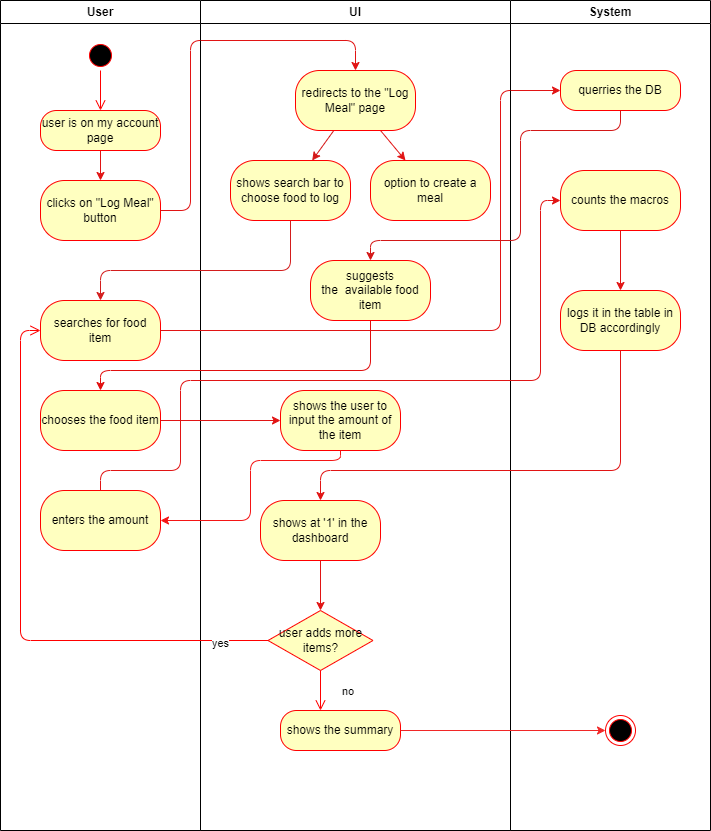
The draw.io diagram Assets/Logmeal.drawio.png in millisom/GluGuide, before a commit. Source tidied: cells renumbered, new cells last; positions are measured from the earlier drawing's top-left corner, leaving out a move shared by most shapes.
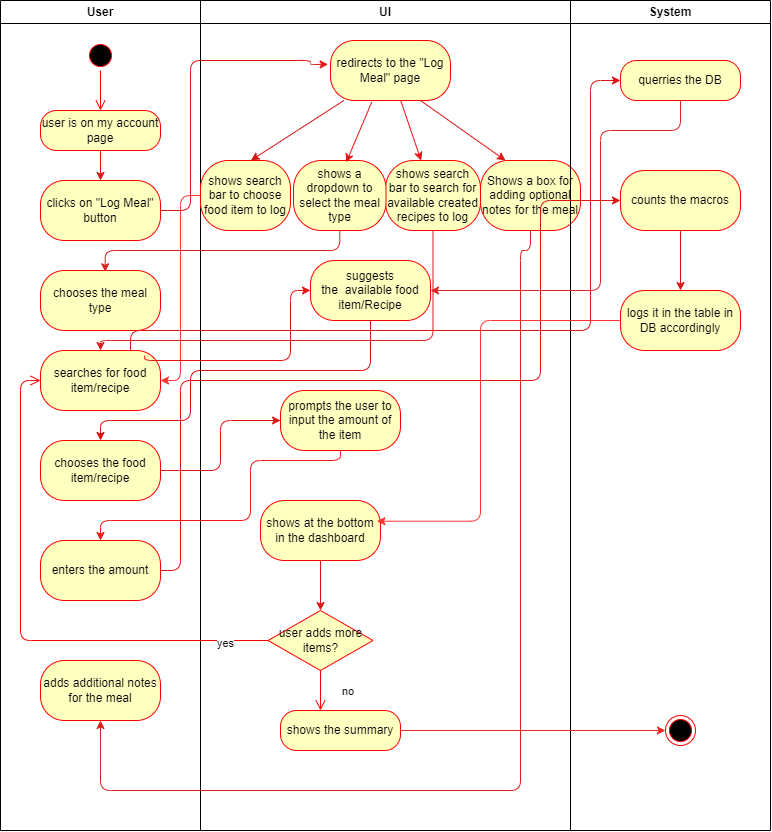
After the change.

Change to the diagram source:
```diff
@@ -20,37 +20,40 @@
     <mxCell id="7" value="clicks on &quot;Log Meal&quot; button" style="whiteSpace=wrap;html=1;fillColor=#ffffc0;strokeColor=#ff0000;fontColor=#000000;rounded=1;arcSize=40;" parent="2" vertex="1">
       <mxGeometry x="40" y="180" width="120" height="60" as="geometry" />
     </mxCell>
-    <mxCell id="8" value="searches for food item" style="whiteSpace=wrap;html=1;fillColor=#ffffc0;strokeColor=#ff0000;fontColor=#000000;rounded=1;arcSize=40;" parent="2" vertex="1">
-      <mxGeometry x="40" y="300" width="120" height="60" as="geometry" />
+    <mxCell id="8" value="searches for food item/recipe" style="whiteSpace=wrap;html=1;fillColor=#ffffc0;strokeColor=#ff0000;fontColor=#000000;rounded=1;arcSize=40;" parent="2" vertex="1">
+      <mxGeometry x="40" y="350" width="120" height="60" as="geometry" />
     </mxCell>
-    <mxCell id="9" value="chooses the food item" style="whiteSpace=wrap;html=1;fillColor=#ffffc0;strokeColor=#ff0000;fontColor=#000000;rounded=1;arcSize=40;" parent="2" vertex="1">
-      <mxGeometry x="40" y="390" width="120" height="60" as="geometry" />
+    <mxCell id="9" value="chooses the food item/recipe" style="whiteSpace=wrap;html=1;fillColor=#ffffc0;strokeColor=#ff0000;fontColor=#000000;rounded=1;arcSize=40;" parent="2" vertex="1">
+      <mxGeometry x="40" y="440" width="120" height="60" as="geometry" />
     </mxCell>
     <mxCell id="10" value="enters the amount" style="whiteSpace=wrap;html=1;fillColor=#ffffc0;strokeColor=#ff0000;fontColor=#000000;rounded=1;arcSize=40;" parent="2" vertex="1">
-      <mxGeometry x="40" y="490" width="120" height="60" as="geometry" />
+      <mxGeometry x="40" y="540" width="120" height="60" as="geometry" />
     </mxCell>
+    <mxCell id="41" value="adds additional notes for the meal" style="whiteSpace=wrap;html=1;fillColor=#ffffc0;strokeColor=#ff0000;fontColor=#000000;rounded=1;arcSize=40;" parent="2" vertex="1">
+      <mxGeometry x="40" y="660" width="120" height="60" as="geometry" />
+    </mxCell>
     <mxCell id="11" value="UI" style="swimlane;whiteSpace=wrap;html=1;" parent="1" vertex="1">
-      <mxGeometry x="200" width="310" height="830" as="geometry" />
+      <mxGeometry x="200" width="370" height="830" as="geometry" />
     </mxCell>
-    <mxCell id="12" style="edgeStyle=none;html=1;strokeColor=light-dark(#d41616, #ededed);" parent="11" edge="1" source="14" target="15">
+    <mxCell id="12" style="edgeStyle=none;html=1;strokeColor=light-dark(#d41616, #ededed);entryX=0.561;entryY=-0.002;entryDx=0;entryDy=0;entryPerimeter=0;" parent="11" edge="1" source="14" target="15">
       <mxGeometry relative="1" as="geometry" />
     </mxCell>
     <mxCell id="13" style="edgeStyle=none;html=1;strokeColor=light-dark(#e11414, #ededed);" parent="11" edge="1" source="14" target="16">
       <mxGeometry relative="1" as="geometry" />
     </mxCell>
     <mxCell id="14" value="redirects to the &quot;Log Meal&quot; page" style="whiteSpace=wrap;html=1;fillColor=#ffffc0;strokeColor=#ff0000;fontColor=#000000;rounded=1;arcSize=40;" parent="11" vertex="1">
-      <mxGeometry x="95" y="70" width="120" height="60" as="geometry" />
+      <mxGeometry x="130" y="40" width="120" height="60" as="geometry" />
     </mxCell>
-    <mxCell id="15" value="shows search bar to choose food to log" style="rounded=1;whiteSpace=wrap;html=1;fillColor=#ffffc0;strokeColor=#ff0000;fontColor=#000000;arcSize=40;" parent="11" vertex="1">
-      <mxGeometry x="30" y="160" width="120" height="60" as="geometry" />
+    <mxCell id="15" value="shows search bar to choose food item to log" style="rounded=1;whiteSpace=wrap;html=1;fillColor=#ffffc0;strokeColor=#ff0000;fontColor=#000000;arcSize=40;" parent="11" vertex="1">
+      <mxGeometry y="160" width="90" height="70" as="geometry" />
     </mxCell>
-    <mxCell id="16" value="option to create a meal" style="whiteSpace=wrap;html=1;fillColor=#ffffc0;strokeColor=#ff0000;fontColor=#000000;rounded=1;arcSize=40;" parent="11" vertex="1">
-      <mxGeometry x="170" y="160" width="120" height="60" as="geometry" />
+    <mxCell id="16" value="shows search bar to search for available created recipes to log" style="whiteSpace=wrap;html=1;fillColor=#ffffc0;strokeColor=#ff0000;fontColor=#000000;rounded=1;arcSize=40;" parent="11" vertex="1">
+      <mxGeometry x="185" y="160" width="95" height="70" as="geometry" />
     </mxCell>
-    <mxCell id="17" value="shows the user to input the amount of the item" style="whiteSpace=wrap;html=1;fillColor=#ffffc0;strokeColor=#ff0000;fontColor=#000000;rounded=1;arcSize=40;" parent="11" vertex="1">
+    <mxCell id="17" value="prompts the user to input the amount of the item" style="whiteSpace=wrap;html=1;fillColor=#ffffc0;strokeColor=#ff0000;fontColor=#000000;rounded=1;arcSize=40;" parent="11" vertex="1">
       <mxGeometry x="80" y="390" width="120" height="60" as="geometry" />
     </mxCell>
-    <mxCell id="18" value="shows at '1' in the dashboard" style="whiteSpace=wrap;html=1;fillColor=#ffffc0;strokeColor=#ff0000;fontColor=#000000;rounded=1;arcSize=40;" parent="11" vertex="1">
+    <mxCell id="18" value="shows at the bottom in the dashboard" style="whiteSpace=wrap;html=1;fillColor=#ffffc0;strokeColor=#ff0000;fontColor=#000000;rounded=1;arcSize=40;" parent="11" vertex="1">
       <mxGeometry x="60" y="500" width="120" height="60" as="geometry" />
     </mxCell>
     <mxCell id="19" value="user adds more items?" style="rhombus;whiteSpace=wrap;html=1;fontColor=#000000;fillColor=#ffffc0;strokeColor=#ff0000;" parent="11" vertex="1">
@@ -72,11 +75,23 @@
         </Array>
       </mxGeometry>
     </mxCell>
-    <mxCell id="23" value="suggests the&amp;nbsp;&lt;span style=&quot;color: rgb(0, 0, 0);&quot;&gt;&amp;nbsp;available&amp;nbsp;&lt;/span&gt;food item" style="whiteSpace=wrap;html=1;fillColor=#ffffc0;strokeColor=#ff0000;fontColor=#000000;rounded=1;arcSize=40;" parent="11" vertex="1">
+    <mxCell id="23" value="suggests the&amp;nbsp;&lt;span style=&quot;color: rgb(0, 0, 0);&quot;&gt;&amp;nbsp;available&amp;nbsp;&lt;/span&gt;food item/Recipe" style="whiteSpace=wrap;html=1;fillColor=#ffffc0;strokeColor=#ff0000;fontColor=#000000;rounded=1;arcSize=40;" parent="11" vertex="1">
       <mxGeometry x="110" y="260" width="120" height="60" as="geometry" />
     </mxCell>
+    <mxCell id="42" value="shows a dropdown to select the meal type" style="whiteSpace=wrap;html=1;fillColor=#ffffc0;strokeColor=#ff0000;fontColor=#000000;rounded=1;arcSize=40;" parent="11" vertex="1">
+      <mxGeometry x="93" y="160" width="92.5" height="70" as="geometry" />
+    </mxCell>
+    <mxCell id="43" value="Shows a box for adding optional notes for the meal" style="whiteSpace=wrap;html=1;fillColor=#ffffc0;strokeColor=#ff0000;fontColor=#000000;rounded=1;arcSize=40;" parent="11" vertex="1">
+      <mxGeometry x="280" y="160" width="100" height="70" as="geometry" />
+    </mxCell>
+    <mxCell id="44" style="html=1;strokeColor=light-dark(#e11414, #ededed);exitX=0.344;exitY=1.026;exitDx=0;exitDy=0;exitPerimeter=0;entryX=0.57;entryY=0.026;entryDx=0;entryDy=0;entryPerimeter=0;" parent="11" edge="1" source="14" target="42">
+      <mxGeometry relative="1" as="geometry" />
+    </mxCell>
+    <mxCell id="45" style="html=1;strokeColor=light-dark(#e11414, #ededed);exitX=0.75;exitY=1;exitDx=0;exitDy=0;entryX=0.25;entryY=0;entryDx=0;entryDy=0;" parent="11" edge="1" source="14" target="43">
+      <mxGeometry relative="1" as="geometry" />
+    </mxCell>
     <mxCell id="24" value="System" style="swimlane;whiteSpace=wrap;html=1;startSize=23;" parent="1" vertex="1">
-      <mxGeometry x="510" width="200" height="830" as="geometry" />
+      <mxGeometry x="570" width="200" height="830" as="geometry" />
     </mxCell>
     <mxCell id="25" style="edgeStyle=orthogonalEdgeStyle;html=1;strokeColor=light-dark(#e11414, #ededed);" parent="24" edge="1" source="26" target="27">
       <mxGeometry relative="1" as="geometry" />
@@ -90,58 +105,46 @@
     <mxCell id="28" style="ellipse;html=1;shape=endState;fillColor=#000000;strokeColor=#ff0000;" parent="24" vertex="1">
       <mxGeometry x="95" y="715" width="30" height="30" as="geometry" />
     </mxCell>
+    <mxCell id="39" value="querries the DB" style="rounded=1;whiteSpace=wrap;html=1;arcSize=40;fontColor=#000000;fillColor=#ffffc0;strokeColor=#ff0000;" parent="24" vertex="1">
+      <mxGeometry x="50" y="60" width="120" height="40" as="geometry" />
+    </mxCell>
-    <mxCell id="29" style="edgeStyle=orthogonalEdgeStyle;html=1;strokeColor=light-dark(#e11414, #ededed);entryX=0.5;entryY=0;entryDx=0;entryDy=0;" parent="1" edge="1" source="7" target="14">
+    <mxCell id="29" style="edgeStyle=orthogonalEdgeStyle;html=1;strokeColor=light-dark(#e11414, #ededed);entryX=-0.02;entryY=0.398;entryDx=0;entryDy=0;entryPerimeter=0;" parent="1" edge="1" source="7" target="14">
       <mxGeometry relative="1" as="geometry">
         <Array as="points">
           <mxPoint x="190" y="210" />
-          <mxPoint x="190" y="40" />
-          <mxPoint x="355" y="40" />
+          <mxPoint x="190" y="60" />
+          <mxPoint x="310" y="60" />
+          <mxPoint x="310" y="64" />
         </Array>
       </mxGeometry>
     </mxCell>
-    <mxCell id="30" style="edgeStyle=orthogonalEdgeStyle;html=1;strokeColor=light-dark(#d31d1d, #ededed);entryX=0.5;entryY=0;entryDx=0;entryDy=0;" parent="1" edge="1" source="15" target="8">
-      <mxGeometry relative="1" as="geometry">
-        <Array as="points">
-          <mxPoint x="290" y="270" />
-          <mxPoint x="100" y="270" />
-        </Array>
-      </mxGeometry>
-    </mxCell>
     <mxCell id="31" style="edgeStyle=orthogonalEdgeStyle;html=1;strokeColor=light-dark(#e11414, #ededed);" parent="1" edge="1" source="8" target="39">
       <mxGeometry relative="1" as="geometry">
         <Array as="points">
-          <mxPoint x="500" y="330" />
-          <mxPoint x="500" y="90" />
+          <mxPoint x="130" y="330" />
+          <mxPoint x="590" y="330" />
+          <mxPoint x="590" y="80" />
         </Array>
       </mxGeometry>
     </mxCell>
     <mxCell id="32" style="edgeStyle=orthogonalEdgeStyle;html=1;strokeColor=light-dark(#e11414, #ededed);" parent="1" edge="1" source="9" target="17">
       <mxGeometry relative="1" as="geometry" />
     </mxCell>
-    <mxCell id="33" style="edgeStyle=orthogonalEdgeStyle;html=1;strokeColor=light-dark(#e11414, #ededed);exitX=0.5;exitY=0;exitDx=0;exitDy=0;entryX=0;entryY=0.5;entryDx=0;entryDy=0;" parent="1" edge="1" source="10" target="26">
+    <mxCell id="33" style="edgeStyle=orthogonalEdgeStyle;html=1;strokeColor=light-dark(#e11414, #ededed);exitX=1;exitY=0.5;exitDx=0;exitDy=0;entryX=0;entryY=0.5;entryDx=0;entryDy=0;" parent="1" edge="1" source="10" target="26">
       <mxGeometry relative="1" as="geometry">
         <Array as="points">
-          <mxPoint x="100" y="470" />
-          <mxPoint x="180" y="470" />
+          <mxPoint x="180" y="570" />
           <mxPoint x="180" y="380" />
           <mxPoint x="540" y="380" />
           <mxPoint x="540" y="200" />
         </Array>
       </mxGeometry>
     </mxCell>
-    <mxCell id="34" style="edgeStyle=orthogonalEdgeStyle;html=1;strokeColor=light-dark(#e11414, #ededed);" parent="1" edge="1" source="27" target="18">
-      <mxGeometry relative="1" as="geometry">
-        <Array as="points">
-          <mxPoint x="620" y="470" />
-          <mxPoint x="320" y="470" />
-        </Array>
-      </mxGeometry>
-    </mxCell>
     <mxCell id="35" value="yes" style="edgeStyle=orthogonalEdgeStyle;html=1;align=left;verticalAlign=top;endArrow=open;endSize=8;strokeColor=#ff0000;entryX=0;entryY=0.5;entryDx=0;entryDy=0;exitX=0;exitY=0.5;exitDx=0;exitDy=0;" parent="1" edge="1" source="19" target="8">
       <mxGeometry x="-0.8" y="-10" relative="1" as="geometry">
         <Array as="points">
           <mxPoint x="20" y="640" />
-          <mxPoint x="20" y="330" />
+          <mxPoint x="20" y="380" />
         </Array>
       </mxGeometry>
     </mxCell>
@@ -157,26 +160,68 @@
         </Array>
       </mxGeometry>
     </mxCell>
+    <mxCell id="40" style="edgeStyle=orthogonalEdgeStyle;html=1;exitX=0.5;exitY=1;exitDx=0;exitDy=0;entryX=0.5;entryY=0;entryDx=0;entryDy=0;strokeColor=light-dark(#e10e0e, #ededed);" parent="1" edge="1" source="23" target="9">
+      <mxGeometry relative="1" as="geometry">
+        <Array as="points">
+          <mxPoint x="370" y="370" />
+          <mxPoint x="190" y="370" />
+          <mxPoint x="190" y="420" />
+          <mxPoint x="100" y="420" />
+        </Array>
+      </mxGeometry>
+    </mxCell>
+    <mxCell id="46" value="chooses the meal type" style="whiteSpace=wrap;html=1;fillColor=#ffffc0;strokeColor=#ff0000;fontColor=#000000;rounded=1;arcSize=40;" parent="1" vertex="1">
+      <mxGeometry x="40" y="270" width="120" height="60" as="geometry" />
+    </mxCell>
+    <mxCell id="47" style="edgeStyle=orthogonalEdgeStyle;html=1;exitX=0.5;exitY=1;exitDx=0;exitDy=0;entryX=0.539;entryY=0.022;entryDx=0;entryDy=0;entryPerimeter=0;strokeColor=light-dark(#db1f1f, #ededed);" parent="1" edge="1" source="42" target="46">
+      <mxGeometry relative="1" as="geometry" />
+    </mxCell>
+    <mxCell id="48" style="edgeStyle=orthogonalEdgeStyle;html=1;exitX=0.5;exitY=1;exitDx=0;exitDy=0;entryX=0.5;entryY=0;entryDx=0;entryDy=0;strokeColor=light-dark(#db1f1f, #ededed);" parent="1" edge="1" source="16" target="8">
+      <mxGeometry relative="1" as="geometry">
+        <Array as="points">
+          <mxPoint x="433" y="340" />
+          <mxPoint x="100" y="340" />
+        </Array>
+      </mxGeometry>
+    </mxCell>
+    <mxCell id="49" style="edgeStyle=orthogonalEdgeStyle;html=1;strokeColor=light-dark(#db1f1f, #ededed);entryX=0.5;entryY=1;entryDx=0;entryDy=0;exitX=0.5;exitY=1;exitDx=0;exitDy=0;" parent="1" edge="1" source="43" target="41">
+      <mxGeometry relative="1" as="geometry">
+        <Array as="points">
+          <mxPoint x="530" y="250" />
+          <mxPoint x="520" y="250" />
+          <mxPoint x="520" y="790" />
+          <mxPoint x="100" y="790" />
+        </Array>
+      </mxGeometry>
+    </mxCell>
+    <mxCell id="30" style="edgeStyle=orthogonalEdgeStyle;html=1;entryX=1;entryY=0.5;entryDx=0;entryDy=0;strokeColor=#FF3333;" parent="1" edge="1" source="15" target="8">
+      <mxGeometry relative="1" as="geometry" />
+    </mxCell>
+    <mxCell id="50" style="edgeStyle=orthogonalEdgeStyle;html=1;entryX=0;entryY=0.5;entryDx=0;entryDy=0;strokeColor=light-dark(#e71313, #ededed);exitX=0.868;exitY=0.088;exitDx=0;exitDy=0;exitPerimeter=0;" parent="1" edge="1" source="8" target="23">
+      <mxGeometry relative="1" as="geometry">
+        <Array as="points">
+          <mxPoint x="144" y="360" />
+          <mxPoint x="290" y="360" />
+          <mxPoint x="290" y="290" />
+        </Array>
+      </mxGeometry>
+    </mxCell>
+    <mxCell id="34" style="edgeStyle=orthogonalEdgeStyle;html=1;exitX=0;exitY=0.5;exitDx=0;exitDy=0;entryX=0.97;entryY=0.345;entryDx=0;entryDy=0;entryPerimeter=0;strokeColor=#FF3333;" parent="1" edge="1" source="27" target="18">
+      <mxGeometry relative="1" as="geometry">
+        <Array as="points">
+          <mxPoint x="480" y="320" />
+          <mxPoint x="480" y="521" />
+        </Array>
+      </mxGeometry>
+    </mxCell>
-    <mxCell id="38" style="edgeStyle=orthogonalEdgeStyle;html=1;exitX=0.5;exitY=1;exitDx=0;exitDy=0;entryX=0.5;entryY=0;entryDx=0;entryDy=0;strokeColor=light-dark(#d31717, #ededed);" parent="1" edge="1" source="39" target="23">
+    <mxCell id="38" style="edgeStyle=orthogonalEdgeStyle;html=1;entryX=1;entryY=0.5;entryDx=0;entryDy=0;strokeColor=light-dark(#df2626, #ededed);exitX=0.5;exitY=1;exitDx=0;exitDy=0;" parent="1" edge="1" source="39" target="23">
       <mxGeometry relative="1" as="geometry">
         <Array as="points">
-          <mxPoint x="620" y="130" />
-          <mxPoint x="520" y="130" />
-          <mxPoint x="520" y="240" />
-          <mxPoint x="370" y="240" />
+          <mxPoint x="680" y="130" />
+          <mxPoint x="600" y="130" />
+          <mxPoint x="600" y="290" />
         </Array>
       </mxGeometry>
     </mxCell>
-    <mxCell id="39" value="querries the DB" style="rounded=1;whiteSpace=wrap;html=1;arcSize=40;fontColor=#000000;fillColor=#ffffc0;strokeColor=#ff0000;" parent="1" vertex="1">
-      <mxGeometry x="560" y="70" width="120" height="40" as="geometry" />
-    </mxCell>
-    <mxCell id="40" style="edgeStyle=orthogonalEdgeStyle;html=1;exitX=0.5;exitY=1;exitDx=0;exitDy=0;entryX=0.5;entryY=0;entryDx=0;entryDy=0;strokeColor=light-dark(#e10e0e, #ededed);" parent="1" edge="1" source="23" target="9">
-      <mxGeometry relative="1" as="geometry">
-        <Array as="points">
-          <mxPoint x="370" y="370" />
-          <mxPoint x="100" y="370" />
-        </Array>
-      </mxGeometry>
-    </mxCell>
   </root>
 </mxGraphModel>
```
